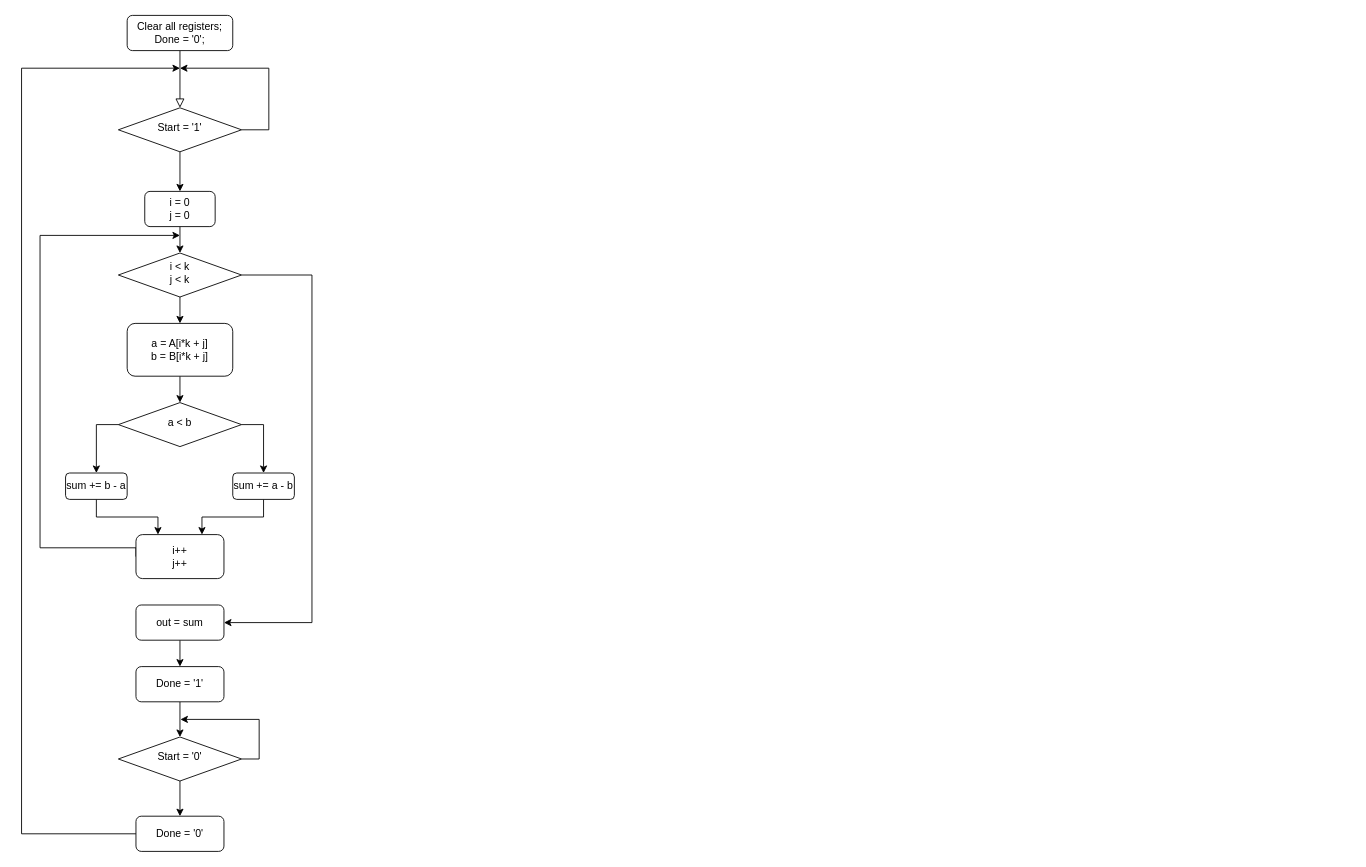
Earlier version of the draw.io diagram Untitled Diagram.drawio (Nsphong1178/FinalProject1). Source tidied: cells renumbered, new cells numbered last; positions are measured from the earlier drawing's top-left corner, leaving out a move shared by most shapes. Both pictures are drawn from the tidied source at 88%, with x=0, y=0 at pixel (21, 15).
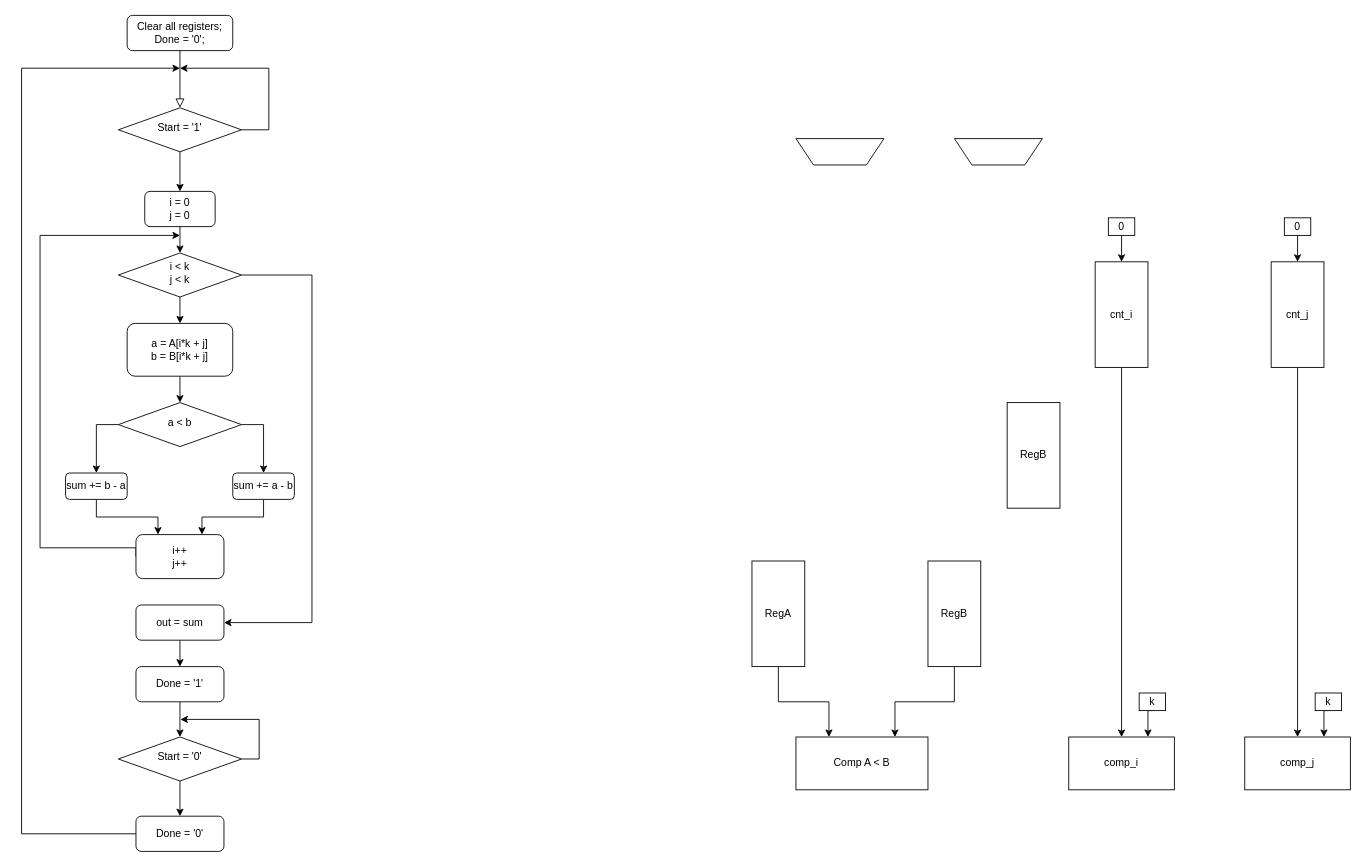
The same diagram, later.

Change to the diagram source:
```diff
@@
+    <mxCell id="32" style="shape=trapezoid;perimeter=trapezoidPerimeter;whiteSpace=wrap;html=1;fixedSize=1;direction=west;" parent="1" vertex="1">
+      <mxGeometry x="880" y="140" width="100" height="30" as="geometry" />
+    </mxCell>
+    <mxCell id="33" style="edgeStyle=orthogonalEdgeStyle;rounded=0;jettySize=auto;html=1;exitX=1;exitY=0.5;exitDx=0;exitDy=0;" parent="1" edge="1" source="34" target="35">
+      <mxGeometry relative="1" as="geometry" />
+    </mxCell>
+    <mxCell id="34" value="cnt_j" style="rounded=0;whiteSpace=wrap;html=1;direction=south;" parent="1" vertex="1">
+      <mxGeometry x="1420" y="280" width="60" height="120" as="geometry" />
+    </mxCell>
+    <mxCell id="35" value="comp_j" style="rounded=0;whiteSpace=wrap;html=1;" parent="1" vertex="1">
+      <mxGeometry x="1390" y="820" width="120" height="60" as="geometry" />
+    </mxCell>
+    <mxCell id="36" style="edgeStyle=orthogonalEdgeStyle;rounded=0;jettySize=auto;html=1;exitX=1;exitY=0.5;exitDx=0;exitDy=0;entryX=0.5;entryY=0;entryDx=0;entryDy=0;" parent="1" edge="1" source="37" target="38">
+      <mxGeometry relative="1" as="geometry" />
+    </mxCell>
+    <mxCell id="37" value="cnt_i" style="rounded=0;whiteSpace=wrap;html=1;direction=south;" parent="1" vertex="1">
+      <mxGeometry x="1220" y="280" width="60" height="120" as="geometry" />
+    </mxCell>
+    <mxCell id="38" value="comp_i" style="rounded=0;whiteSpace=wrap;html=1;" parent="1" vertex="1">
+      <mxGeometry x="1190" y="820" width="120" height="60" as="geometry" />
+    </mxCell>
+    <mxCell id="39" style="edgeStyle=orthogonalEdgeStyle;rounded=0;jettySize=auto;html=1;exitX=0.5;exitY=1;exitDx=0;exitDy=0;entryX=0.75;entryY=0;entryDx=0;entryDy=0;" parent="1" edge="1" source="40" target="38">
+      <mxGeometry relative="1" as="geometry" />
+    </mxCell>
+    <mxCell id="40" value="k" style="rounded=0;whiteSpace=wrap;html=1;" parent="1" vertex="1">
+      <mxGeometry x="1270" y="770" width="30" height="20" as="geometry" />
+    </mxCell>
+    <mxCell id="41" style="edgeStyle=orthogonalEdgeStyle;rounded=0;jettySize=auto;html=1;exitX=0.5;exitY=1;exitDx=0;exitDy=0;entryX=0.75;entryY=0;entryDx=0;entryDy=0;" parent="1" edge="1" source="42" target="35">
+      <mxGeometry relative="1" as="geometry" />
+    </mxCell>
+    <mxCell id="42" value="k" style="rounded=0;whiteSpace=wrap;html=1;" parent="1" vertex="1">
+      <mxGeometry x="1470" y="770" width="30" height="20" as="geometry" />
+    </mxCell>
+    <mxCell id="43" style="edgeStyle=orthogonalEdgeStyle;rounded=0;jettySize=auto;html=1;exitX=1;exitY=0.5;exitDx=0;exitDy=0;entryX=0.75;entryY=0;entryDx=0;entryDy=0;" parent="1" edge="1" source="44" target="47">
+      <mxGeometry relative="1" as="geometry" />
+    </mxCell>
+    <mxCell id="44" value="RegB" style="rounded=0;whiteSpace=wrap;html=1;direction=south;" parent="1" vertex="1">
+      <mxGeometry x="1030" y="620" width="60" height="120" as="geometry" />
+    </mxCell>
+    <mxCell id="45" style="edgeStyle=orthogonalEdgeStyle;rounded=0;jettySize=auto;html=1;exitX=1;exitY=0.5;exitDx=0;exitDy=0;entryX=0.25;entryY=0;entryDx=0;entryDy=0;" parent="1" edge="1" source="46" target="47">
+      <mxGeometry relative="1" as="geometry" />
+    </mxCell>
+    <mxCell id="46" value="RegA" style="rounded=0;whiteSpace=wrap;html=1;direction=south;" parent="1" vertex="1">
+      <mxGeometry x="830" y="620" width="60" height="120" as="geometry" />
+    </mxCell>
+    <mxCell id="47" value="Comp A &amp;lt; B" style="rounded=0;whiteSpace=wrap;html=1;" parent="1" vertex="1">
+      <mxGeometry x="880" y="820" width="150" height="60" as="geometry" />
+    </mxCell>
+    <mxCell id="48" style="shape=trapezoid;perimeter=trapezoidPerimeter;whiteSpace=wrap;html=1;fixedSize=1;direction=west;" parent="1" vertex="1">
+      <mxGeometry x="1060" y="140" width="100" height="30" as="geometry" />
+    </mxCell>
+    <mxCell id="49" style="edgeStyle=orthogonalEdgeStyle;rounded=0;jettySize=auto;html=1;exitX=0.5;exitY=1;exitDx=0;exitDy=0;entryX=0;entryY=0.5;entryDx=0;entryDy=0;" parent="1" edge="1" source="50" target="37">
+      <mxGeometry relative="1" as="geometry" />
+    </mxCell>
+    <mxCell id="50" value="0" style="rounded=0;whiteSpace=wrap;html=1;" parent="1" vertex="1">
+      <mxGeometry x="1235" y="230" width="30" height="20" as="geometry" />
+    </mxCell>
+    <mxCell id="51" style="edgeStyle=orthogonalEdgeStyle;rounded=0;jettySize=auto;html=1;exitX=0.5;exitY=1;exitDx=0;exitDy=0;entryX=0;entryY=0.5;entryDx=0;entryDy=0;" parent="1" edge="1" source="52" target="34">
+      <mxGeometry relative="1" as="geometry" />
+    </mxCell>
+    <mxCell id="52" value="0" style="rounded=0;whiteSpace=wrap;html=1;" parent="1" vertex="1">
+      <mxGeometry x="1435" y="230" width="30" height="20" as="geometry" />
+    </mxCell>
+    <mxCell id="53" value="RegB" style="rounded=0;whiteSpace=wrap;html=1;direction=south;" parent="1" vertex="1">
+      <mxGeometry x="1120" y="440" width="60" height="120" as="geometry" />
+    </mxCell>
```
